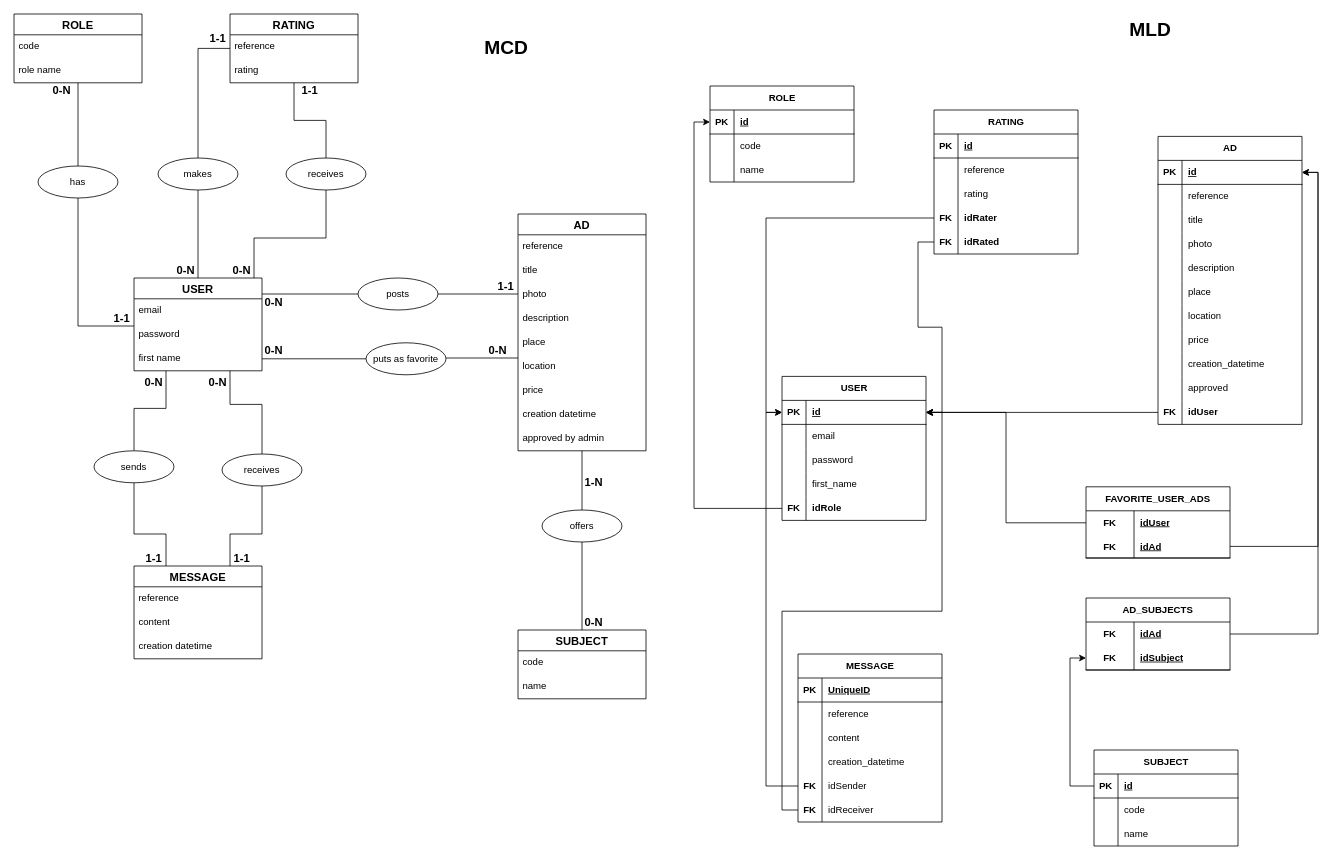
The draw.io diagram MCD-MLD.drawio in franckcwalter/Le-bon-prof, before the edit. Source tidied: cells renumbered, new cells numbered last; positions are measured from the earlier drawing's top-left corner, leaving out a move shared by most shapes. Both pictures are drawn from the tidied source at 80%, with x=0, y=0 at pixel (14, 14).
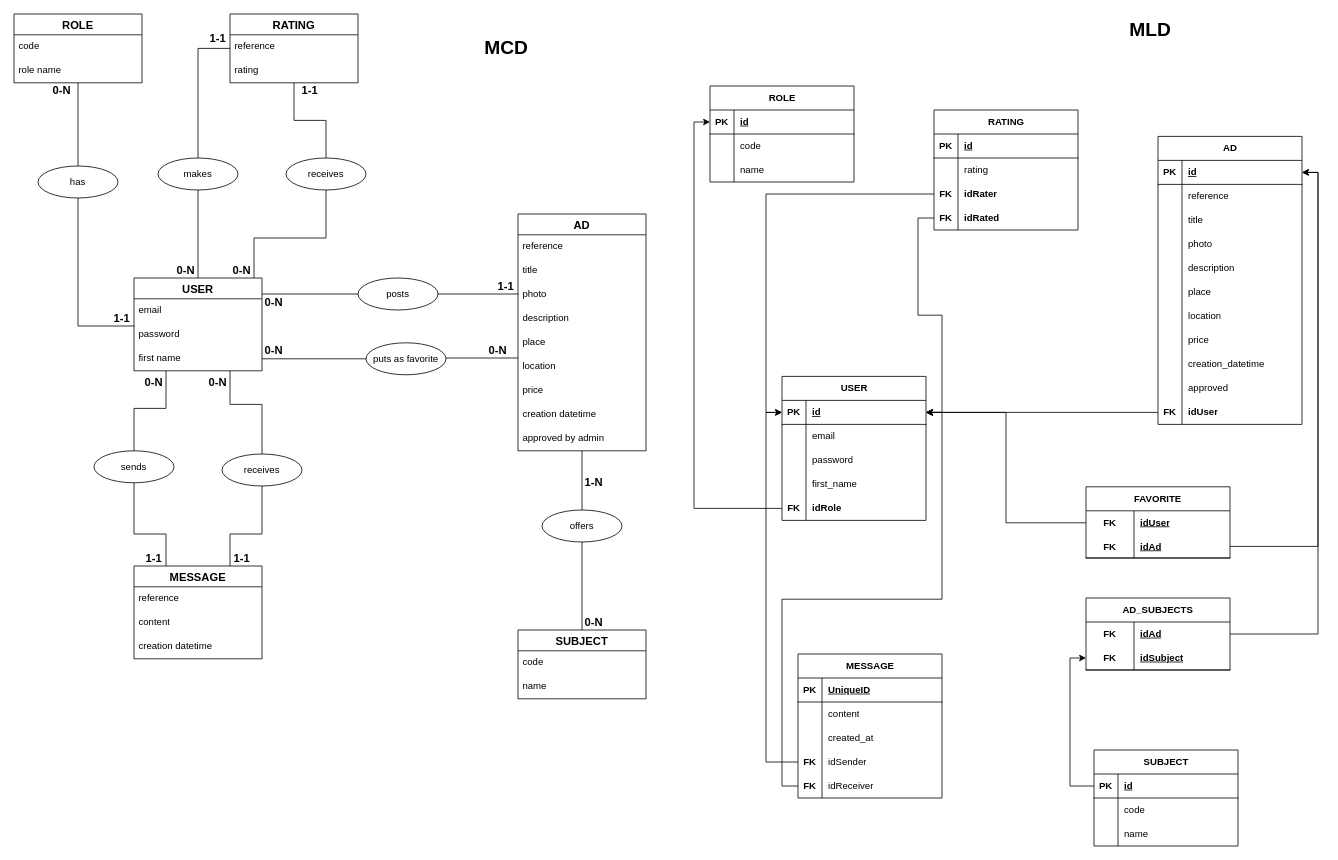
After the change.

Change to the diagram source:
```diff
@@
     <mxCell id="80" value="RATING" style="shape=table;startSize=30;childLayout=tableLayout;rowLines=0;fontStyle=1;align=center;html=1;" parent="1" vertex="1">
-      <mxGeometry x="1150" y="120" width="180" height="180" as="geometry" />
+      <mxGeometry x="1150" y="120" width="180" height="150" as="geometry" />
     </mxCell>
@@
-    <mxCell id="84" style="shape=tableRow;horizontal=0;startSize=0;swimlaneHead=0;swimlaneBody=0;fillColor=none;top=0;left=0;right=0;bottom=0;" parent="80" vertex="1">
-      <mxGeometry y="60" width="180" height="30" as="geometry" />
-    </mxCell>
-    <mxCell id="85" style="shape=partialRectangle;fillColor=none;top=0;left=0;bottom=0;right=0;overflow=hidden;whiteSpace=wrap;html=1;" parent="84" vertex="1">
-      <mxGeometry width="30" height="30" as="geometry" />
-    </mxCell>
-    <mxCell id="86" value="reference" style="shape=partialRectangle;fillColor=none;top=0;left=0;bottom=0;right=0;align=left;spacingLeft=6;overflow=hidden;whiteSpace=wrap;html=1;" parent="84" vertex="1">
-      <mxGeometry x="30" width="150" height="30" as="geometry" />
-    </mxCell>
     <mxCell id="87" style="shape=tableRow;horizontal=0;startSize=0;swimlaneHead=0;swimlaneBody=0;fillColor=none;top=0;left=0;right=0;bottom=0;" parent="80" vertex="1">
-      <mxGeometry y="90" width="180" height="30" as="geometry" />
+      <mxGeometry y="60" width="180" height="30" as="geometry" />
     </mxCell>
@@
     <mxCell id="90" style="shape=tableRow;horizontal=0;startSize=0;swimlaneHead=0;swimlaneBody=0;fillColor=none;points=[[0,0.5],[1,0.5]];portConstraint=eastwest;top=0;left=0;right=0;bottom=0;" parent="80" vertex="1">
-      <mxGeometry y="120" width="180" height="30" as="geometry" />
+      <mxGeometry y="90" width="180" height="30" as="geometry" />
     </mxCell>
@@
     <mxCell id="93" style="shape=tableRow;horizontal=0;startSize=0;swimlaneHead=0;swimlaneBody=0;fillColor=none;points=[[0,0.5],[1,0.5]];portConstraint=eastwest;top=0;left=0;right=0;bottom=0;" parent="80" vertex="1">
-      <mxGeometry y="150" width="180" height="30" as="geometry" />
+      <mxGeometry y="120" width="180" height="30" as="geometry" />
     </mxCell>
@@
     <mxCell id="112" value="MESSAGE" style="shape=table;startSize=30;childLayout=tableLayout;rowLines=0;fontStyle=1;align=center;html=1;" parent="1" vertex="1">
-      <mxGeometry x="980" y="800" width="180" height="210" as="geometry" />
+      <mxGeometry x="980" y="800" width="180" height="180" as="geometry" />
     </mxCell>
@@
-    <mxCell id="116" style="shape=tableRow;horizontal=0;startSize=0;swimlaneHead=0;swimlaneBody=0;fillColor=none;top=0;left=0;right=0;bottom=0;" parent="112" vertex="1">
-      <mxGeometry y="60" width="180" height="30" as="geometry" />
-    </mxCell>
-    <mxCell id="117" style="shape=partialRectangle;fillColor=none;top=0;left=0;bottom=0;right=0;overflow=hidden;whiteSpace=wrap;html=1;" parent="116" vertex="1">
-      <mxGeometry width="30" height="30" as="geometry" />
-    </mxCell>
-    <mxCell id="118" value="reference" style="shape=partialRectangle;fillColor=none;top=0;left=0;bottom=0;right=0;align=left;spacingLeft=6;overflow=hidden;whiteSpace=wrap;html=1;" parent="116" vertex="1">
-      <mxGeometry x="30" width="150" height="30" as="geometry" />
-    </mxCell>
     <mxCell id="119" style="shape=tableRow;horizontal=0;startSize=0;swimlaneHead=0;swimlaneBody=0;fillColor=none;top=0;left=0;right=0;bottom=0;" parent="112" vertex="1">
-      <mxGeometry y="90" width="180" height="30" as="geometry" />
+      <mxGeometry y="60" width="180" height="30" as="geometry" />
     </mxCell>
@@
     <mxCell id="122" style="shape=tableRow;horizontal=0;startSize=0;swimlaneHead=0;swimlaneBody=0;fillColor=none;top=0;left=0;right=0;bottom=0;" parent="112" vertex="1">
-      <mxGeometry y="120" width="180" height="30" as="geometry" />
+      <mxGeometry y="90" width="180" height="30" as="geometry" />
     </mxCell>
@@
-    <mxCell id="124" value="creation_datetime" style="shape=partialRectangle;fillColor=none;top=0;left=0;bottom=0;right=0;align=left;spacingLeft=6;overflow=hidden;whiteSpace=wrap;html=1;" parent="122" vertex="1">
+    <mxCell id="124" value="created_at" style="shape=partialRectangle;fillColor=none;top=0;left=0;bottom=0;right=0;align=left;spacingLeft=6;overflow=hidden;whiteSpace=wrap;html=1;" parent="122" vertex="1">
       <mxGeometry x="30" width="150" height="30" as="geometry" />
     </mxCell>
     <mxCell id="125" style="shape=tableRow;horizontal=0;startSize=0;swimlaneHead=0;swimlaneBody=0;fillColor=none;points=[[0,0.5],[1,0.5]];portConstraint=eastwest;top=0;left=0;right=0;bottom=0;" parent="112" vertex="1">
-      <mxGeometry y="150" width="180" height="30" as="geometry" />
+      <mxGeometry y="120" width="180" height="30" as="geometry" />
     </mxCell>
@@
     <mxCell id="128" style="shape=tableRow;horizontal=0;startSize=0;swimlaneHead=0;swimlaneBody=0;fillColor=none;points=[[0,0.5],[1,0.5]];portConstraint=eastwest;top=0;left=0;right=0;bottom=0;" parent="112" vertex="1">
-      <mxGeometry y="180" width="180" height="30" as="geometry" />
+      <mxGeometry y="150" width="180" height="30" as="geometry" />
     </mxCell>
@@
-    <mxCell id="181" value="FAVORITE_USER_ADS" style="shape=table;startSize=30;childLayout=tableLayout;rowLines=0;fontStyle=1;align=center;html=1;whiteSpace=wrap;" parent="1" vertex="1">
+    <mxCell id="181" value="FAVORITE" style="shape=table;startSize=30;childLayout=tableLayout;rowLines=0;fontStyle=1;align=center;html=1;whiteSpace=wrap;" parent="1" vertex="1">
       <mxGeometry x="1340" y="591" width="180" height="89" as="geometry" />
     </mxCell>
```
